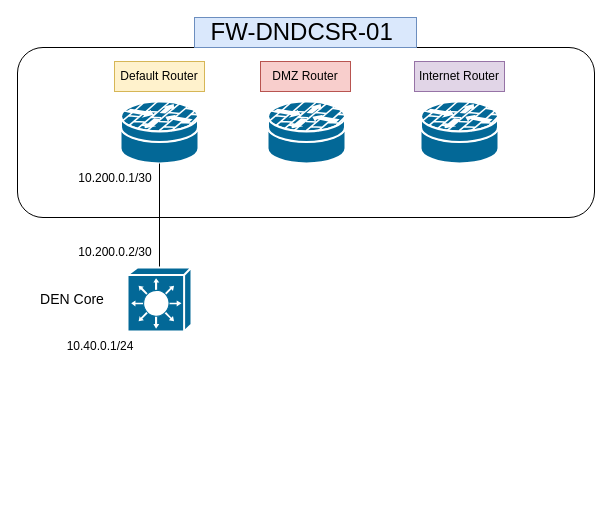
Earlier version of the draw.io diagram DR_New_Network.drawio (adamrt918/Diagram). Source tidied: cells renumbered, new cells numbered last; positions are measured from the earlier drawing's top-left corner, leaving out a move shared by most shapes. Both pictures are drawn from the tidied source at 100%, with x=0, y=0 at pixel (17, 17).
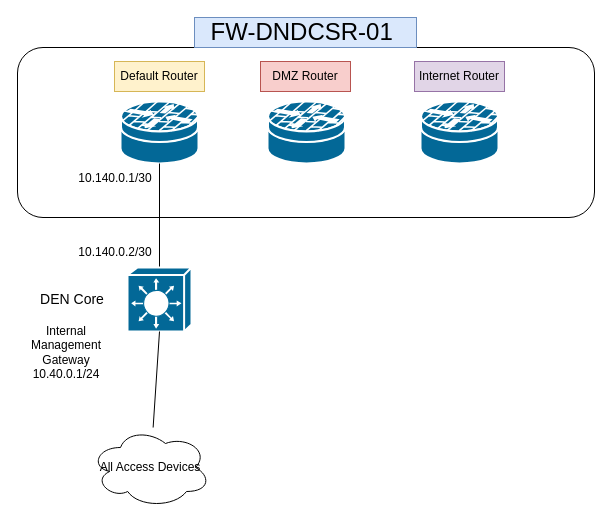
Above is the later version.

What changed in the source:
```diff
@@
 <mxGraphModel>
   <root>
     <mxCell id="0" />
     <mxCell id="1" parent="0" />
     <mxCell id="2" style="rounded=1;whiteSpace=wrap;html=1;" parent="1" vertex="1">
       <mxGeometry y="30" width="577" height="170" as="geometry" />
     </mxCell>
     <mxCell id="3" style="shape=mxgraph.cisco.security.router_firewall;sketch=0;html=1;dashed=0;fillColor=#036897;strokeColor=#ffffff;strokeWidth=2;verticalLabelPosition=bottom;verticalAlign=top;align=center;outlineConnect=0;" parent="1" vertex="1">
       <mxGeometry x="103" y="84" width="78" height="62" as="geometry" />
     </mxCell>
     <mxCell id="4" value="FW-DNDCSR-01&amp;nbsp;" style="text;html=1;align=center;verticalAlign=middle;whiteSpace=wrap;rounded=0;fontSize=24;fillColor=#dae8fc;strokeColor=#6c8ebf;" parent="1" vertex="1">
       <mxGeometry x="177" width="222" height="30" as="geometry" />
     </mxCell>
     <mxCell id="5" style="shape=mxgraph.cisco.security.router_firewall;sketch=0;html=1;dashed=0;fillColor=#036897;strokeColor=#ffffff;strokeWidth=2;verticalLabelPosition=bottom;verticalAlign=top;align=center;" parent="1" vertex="1">
       <mxGeometry x="250" y="84" width="78" height="62" as="geometry" />
     </mxCell>
     <mxCell id="6" value="DMZ Router" style="text;html=1;align=center;verticalAlign=middle;whiteSpace=wrap;rounded=0;fillColor=#f8cecc;strokeColor=#b85450;" parent="1" vertex="1">
       <mxGeometry x="243" y="44" width="90" height="30" as="geometry" />
     </mxCell>
     <mxCell id="7" style="shape=mxgraph.cisco.security.router_firewall;sketch=0;html=1;dashed=0;fillColor=#036897;strokeColor=#ffffff;strokeWidth=2;verticalLabelPosition=bottom;verticalAlign=top;align=center;" parent="1" vertex="1">
       <mxGeometry x="403" y="84" width="78" height="62" as="geometry" />
     </mxCell>
     <mxCell id="8" value="Internet Router" style="text;html=1;align=center;verticalAlign=middle;whiteSpace=wrap;rounded=0;fillColor=#e1d5e7;strokeColor=#9673a6;" parent="1" vertex="1">
       <mxGeometry x="397" y="44" width="90" height="30" as="geometry" />
     </mxCell>
     <mxCell id="9" value="Default Router" style="text;html=1;align=center;verticalAlign=middle;whiteSpace=wrap;rounded=0;fillColor=#fff2cc;strokeColor=#d6b656;" parent="1" vertex="1">
       <mxGeometry x="97" y="44" width="90" height="30" as="geometry" />
     </mxCell>
     <mxCell id="10" style="endArrow=none;html=1;rounded=0;entryX=0.5;entryY=1;entryDx=0;entryDy=0;entryPerimeter=0;exitX=0.5;exitY=0;exitDx=0;exitDy=0;exitPerimeter=0;" parent="1" edge="1" source="11" target="3">
       <mxGeometry relative="1" as="geometry" />
     </mxCell>
     <mxCell id="11" style="shape=mxgraph.cisco.switches.layer_3_switch;sketch=0;html=1;dashed=0;fillColor=#036897;strokeColor=#ffffff;strokeWidth=2;verticalLabelPosition=bottom;verticalAlign=top;align=center;outlineConnect=0;" parent="1" vertex="1">
       <mxGeometry x="110" y="250" width="64" height="64" as="geometry" />
     </mxCell>
-    <mxCell id="12" value="10.200.0.1/30" style="text;html=1;align=center;verticalAlign=middle;whiteSpace=wrap;rounded=0;" parent="1" vertex="1">
+    <mxCell id="12" value="10.140.0.1/30" style="text;html=1;align=center;verticalAlign=middle;whiteSpace=wrap;rounded=0;" parent="1" vertex="1">
       <mxGeometry x="53" y="146" width="90" height="30" as="geometry" />
     </mxCell>
-    <mxCell id="13" value="10.200.0.2/30" style="text;html=1;align=center;verticalAlign=middle;whiteSpace=wrap;rounded=0;" parent="1" vertex="1">
+    <mxCell id="13" value="10.140.0.2/30" style="text;html=1;align=center;verticalAlign=middle;whiteSpace=wrap;rounded=0;" parent="1" vertex="1">
       <mxGeometry x="53" y="220" width="90" height="30" as="geometry" />
     </mxCell>
     <mxCell id="14" value="DEN Core" style="text;html=1;align=center;verticalAlign=middle;whiteSpace=wrap;rounded=0;fontSize=14;" parent="1" vertex="1">
       <mxGeometry x="13" y="267" width="84" height="30" as="geometry" />
     </mxCell>
-    <mxCell id="15" value="10.40.0.1/24" style="text;html=1;align=center;verticalAlign=middle;whiteSpace=wrap;rounded=0;" parent="1" vertex="1">
-      <mxGeometry x="53" y="314" width="60" height="30" as="geometry" />
+    <mxCell id="15" value="Internal Management Gateway&lt;div&gt;10.40.0.1/24&lt;/div&gt;" style="text;html=1;align=center;verticalAlign=middle;whiteSpace=wrap;rounded=0;" parent="1" vertex="1">
+      <mxGeometry y="300" width="98" height="70" as="geometry" />
     </mxCell>
+    <mxCell id="16" value="All Access Devices" style="ellipse;shape=cloud;whiteSpace=wrap;html=1;" parent="1" vertex="1">
+      <mxGeometry x="73" y="410" width="120" height="80" as="geometry" />
+    </mxCell>
+    <mxCell id="17" style="endArrow=none;html=1;rounded=0;entryX=0.5;entryY=1;entryDx=0;entryDy=0;entryPerimeter=0;" parent="1" edge="1" source="16" target="11">
+      <mxGeometry relative="1" as="geometry" />
+    </mxCell>
   </root>
 </mxGraphModel>
```
